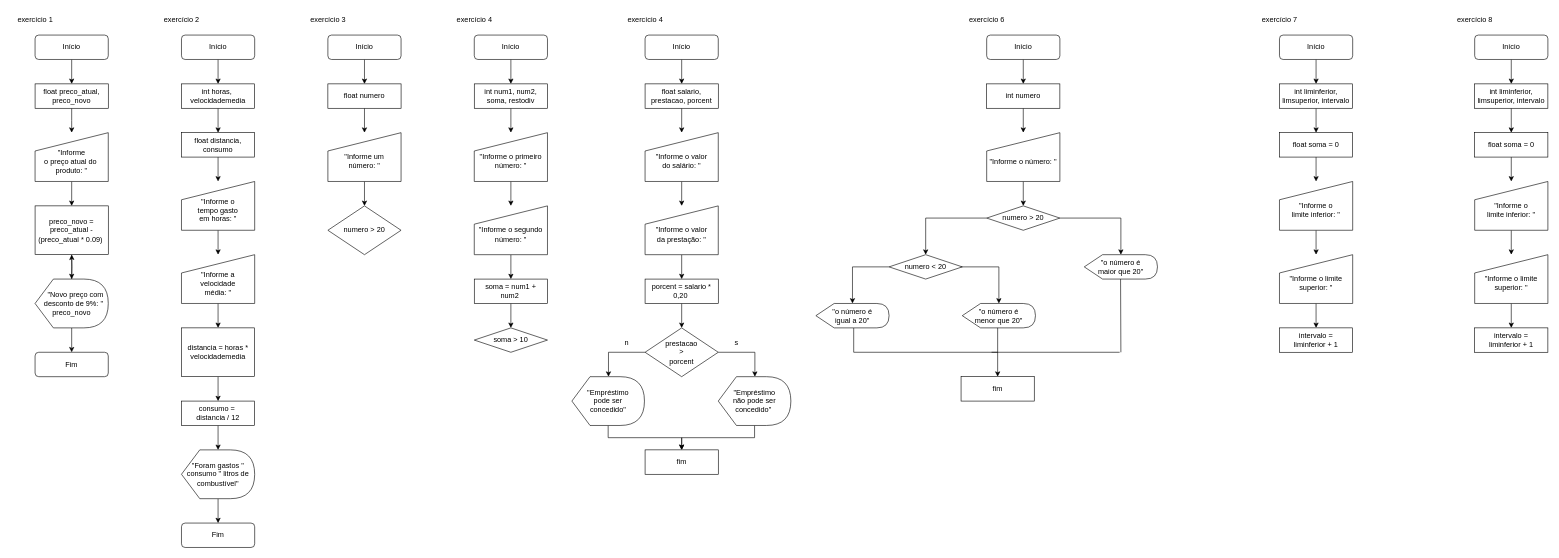
The draw.io diagram fiz.drawio in walleskalima/Fluxogramas-II, before the edit. Source tidied: cells renumbered, new cells numbered last; positions are measured from the earlier drawing's top-left corner, leaving out a move shared by most shapes. Both pictures are drawn from the tidied source at 61%, with x=0, y=0 at pixel (10, 10).
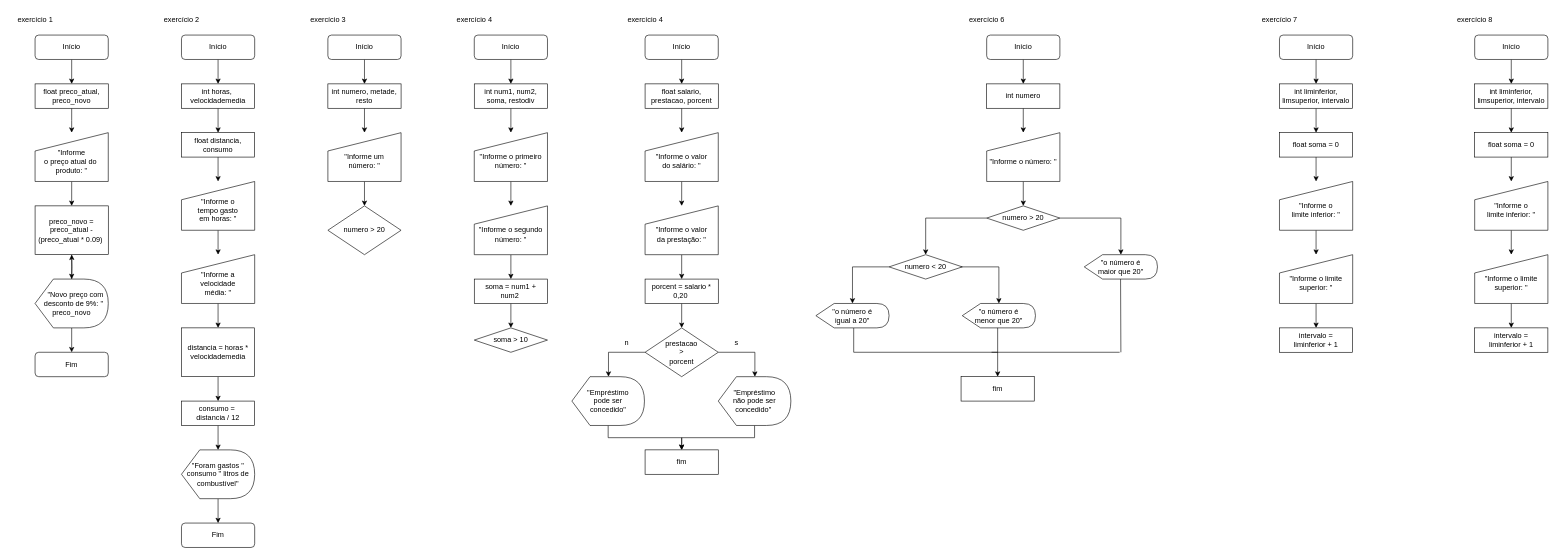
The same page after the edit.

Diff of the diagram source:
```diff
@@
-    <mxCell id="40" value="float numero" style="rounded=0;whiteSpace=wrap;html=1;" parent="1" vertex="1">
+    <mxCell id="40" value="int numero, metade, resto" style="rounded=0;whiteSpace=wrap;html=1;" parent="1" vertex="1">
       <mxGeometry x="520" y="120" width="120" height="40" as="geometry" />
     </mxCell>
```
